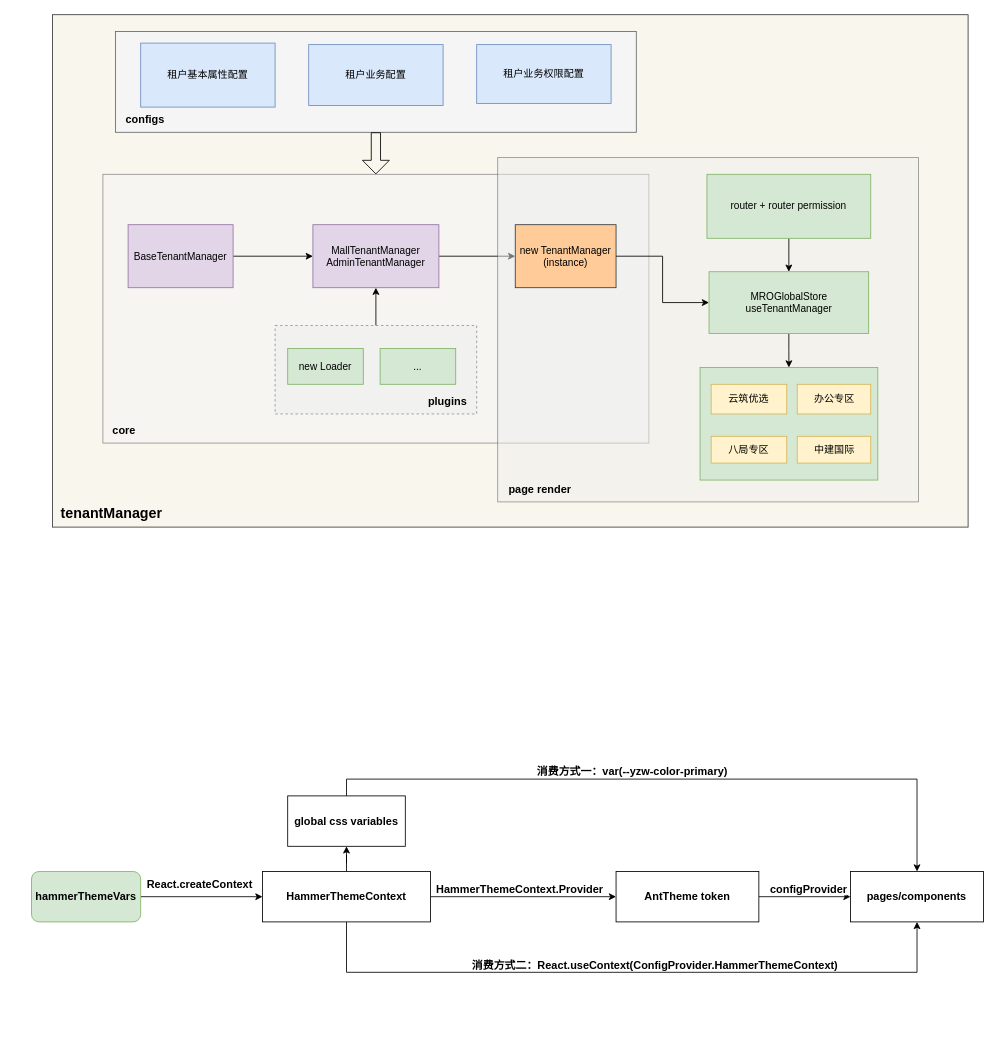
This is page "tenantManger" (1 of 3) of src/商城.drawio from jxiangji/drawio-sources, a draw.io file, before an edit. Source tidied: cells renumbered, new cells numbered last; positions are measured from the earlier drawing's top-left corner, leaving out a move shared by most shapes. Both pictures are drawn from the tidied source at 84%, with x=0, y=0 at pixel (31, 14).
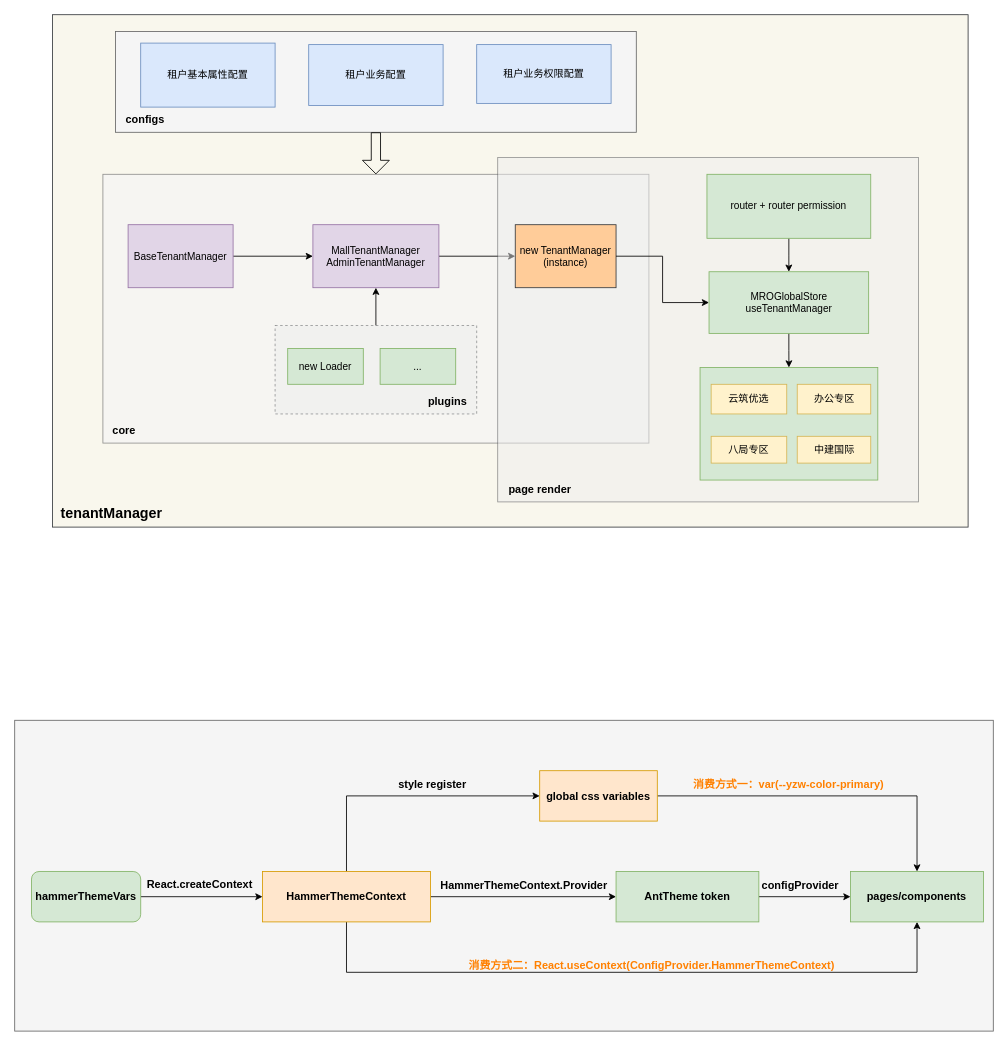
The same page after the edit.

The change refers to these unchanged cells:
```xml
<mxCell id="36" style="rounded=0;jettySize=auto;html=1;edgeStyle=orthogonalEdgeStyle;fontStyle=1;fontSize=13;" parent="1" edge="1" source="41" target="44">
  <mxGeometry relative="1" as="geometry" />
</mxCell>
<mxCell id="39" style="edgeStyle=orthogonalEdgeStyle;rounded=0;jettySize=auto;html=1;fontSize=13;startArrow=none;startFill=0;elbow=vertical;fontStyle=1;entryX=0.5;entryY=1;entryDx=0;entryDy=0;" parent="1" edge="1" source="41" target="45">
  <mxGeometry relative="1" as="geometry">
    <Array as="points">
      <mxPoint x="375" y="1140" />
      <mxPoint x="1054" y="1140" />
    </Array>
  </mxGeometry>
</mxCell>
<mxCell id="42" style="rounded=0;jettySize=auto;html=1;edgeStyle=orthogonalEdgeStyle;fontStyle=1;fontSize=13;" parent="1" edge="1" source="44" target="45">
  <mxGeometry relative="1" as="geometry" />
</mxCell>
```

The edit, as a diff of the source:
```diff
@@
+    <mxCell id="50" style="rounded=0;whiteSpace=wrap;html=1;fillColor=#f5f5f5;fontColor=#333333;strokeColor=#666666;" parent="1" vertex="1">
+      <mxGeometry x="-20" y="840" width="1165" height="370" as="geometry" />
+    </mxCell>
@@
-    <mxCell id="37" value="HammerThemeContext.Provider" style="edgeLabel;html=1;align=center;verticalAlign=middle;fontStyle=1;fontSize=13;" parent="36" vertex="1">
+    <mxCell id="37" value="HammerThemeContext.Provider" style="edgeLabel;html=1;align=center;verticalAlign=middle;fontStyle=1;fontSize=13;labelBackgroundColor=none;" parent="36" vertex="1">
       <mxGeometry x="-0.04" y="4" relative="1" as="geometry">
-        <mxPoint x="-1" y="-6" as="offset" />
+        <mxPoint x="4" y="-11" as="offset" />
       </mxGeometry>
     </mxCell>
-    <mxCell id="38" style="edgeStyle=orthogonalEdgeStyle;rounded=0;jettySize=auto;html=1;fontSize=13;startArrow=none;startFill=0;elbow=vertical;fontStyle=1;" parent="1" edge="1" source="41" target="48">
-      <mxGeometry relative="1" as="geometry" />
-    </mxCell>
@@
-    <mxCell id="40" value="消费方式二：React.useContext(ConfigProvider.HammerThemeContext)" style="edgeLabel;html=1;align=center;verticalAlign=middle;fontSize=13;fontStyle=1;" parent="39" vertex="1">
+    <mxCell id="40" value="消费方式二：React.useContext(ConfigProvider.HammerThemeContext)" style="edgeLabel;html=1;align=center;verticalAlign=middle;fontSize=13;fontStyle=1;fontColor=#FF8000;labelBackgroundColor=none;" parent="39" vertex="1">
       <mxGeometry x="-0.06" y="-2" relative="1" as="geometry">
-        <mxPoint x="50" y="-12" as="offset" />
+        <mxPoint x="46" y="-12" as="offset" />
       </mxGeometry>
     </mxCell>
+    <mxCell id="38" style="edgeStyle=orthogonalEdgeStyle;rounded=0;jettySize=auto;html=1;entryX=0;entryY=0.5;entryDx=0;entryDy=0;fontSize=13;" parent="1" edge="1" source="41" target="48">
+      <mxGeometry relative="1" as="geometry">
+        <Array as="points">
+          <mxPoint x="375" y="930" />
+        </Array>
+      </mxGeometry>
+    </mxCell>
+    <mxCell id="51" value="style register" style="edgeLabel;html=1;align=center;verticalAlign=middle;fontStyle=1;fontSize=13;labelBackgroundColor=none;" parent="38" vertex="1">
+      <mxGeometry x="-0.15" y="-1" relative="1" as="geometry">
+        <mxPoint x="55" y="-16" as="offset" />
+      </mxGeometry>
+    </mxCell>
-    <mxCell id="41" value="HammerThemeContext" style="rounded=0;whiteSpace=wrap;html=1;fontStyle=1;fontSize=13;" parent="1" vertex="1">
+    <mxCell id="41" value="HammerThemeContext" style="rounded=0;whiteSpace=wrap;html=1;fontStyle=1;fontSize=13;fillColor=#ffe6cc;strokeColor=#d79b00;" parent="1" vertex="1">
       <mxGeometry x="275" y="1020" width="200" height="60" as="geometry" />
     </mxCell>
@@
-    <mxCell id="43" value="configProvider" style="edgeLabel;html=1;align=center;verticalAlign=middle;fontStyle=1;fontSize=13;" parent="42" vertex="1">
+    <mxCell id="43" value="configProvider" style="edgeLabel;html=1;align=center;verticalAlign=middle;fontStyle=1;fontSize=13;labelBackgroundColor=none;" parent="42" vertex="1">
       <mxGeometry x="-0.33" y="1" relative="1" as="geometry">
-        <mxPoint x="22" y="-9" as="offset" />
+        <mxPoint x="12" y="-14" as="offset" />
       </mxGeometry>
     </mxCell>
-    <mxCell id="44" value="AntTheme token" style="rounded=0;whiteSpace=wrap;html=1;fontStyle=1;fontSize=13;" parent="1" vertex="1">
+    <mxCell id="44" value="AntTheme token" style="rounded=0;whiteSpace=wrap;html=1;fontStyle=1;fontSize=13;fillColor=#d5e8d4;strokeColor=#82b366;" parent="1" vertex="1">
       <mxGeometry x="695.9" y="1020" width="170" height="60" as="geometry" />
     </mxCell>
-    <mxCell id="45" value="pages/components" style="rounded=0;whiteSpace=wrap;html=1;fontStyle=1;fontSize=13;" parent="1" vertex="1">
+    <mxCell id="45" value="pages/components" style="rounded=0;whiteSpace=wrap;html=1;fontStyle=1;fontSize=13;fillColor=#d5e8d4;strokeColor=#82b366;" parent="1" vertex="1">
       <mxGeometry x="975" y="1020" width="158.4" height="60" as="geometry" />
     </mxCell>
-    <mxCell id="46" style="edgeStyle=orthogonalEdgeStyle;rounded=0;jettySize=auto;html=1;entryX=0.5;entryY=0;entryDx=0;entryDy=0;fontSize=13;startArrow=none;startFill=0;elbow=vertical;fontStyle=1;" parent="1" edge="1" source="48" target="45">
-      <mxGeometry relative="1" as="geometry">
-        <Array as="points">
-          <mxPoint x="375" y="910" />
-          <mxPoint x="1054" y="910" />
-        </Array>
-      </mxGeometry>
+    <mxCell id="46" style="edgeStyle=orthogonalEdgeStyle;rounded=0;jettySize=auto;html=1;fontSize=13;" parent="1" edge="1" source="48" target="45">
+      <mxGeometry relative="1" as="geometry" />
     </mxCell>
-    <mxCell id="47" value="消费方式一：var(--yzw-color-primary)" style="edgeLabel;html=1;align=center;verticalAlign=middle;fontSize=13;fontStyle=1;" parent="46" vertex="1">
-      <mxGeometry x="-0.49" y="3" relative="1" as="geometry">
-        <mxPoint x="153" y="-7" as="offset" />
+    <mxCell id="47" value="消费方式一：var(--yzw-color-primary)" style="edgeLabel;html=1;align=center;verticalAlign=middle;fontStyle=1;fontColor=#FF8000;fontSize=13;labelBackgroundColor=none;" parent="46" vertex="1">
+      <mxGeometry x="-0.35" y="-1" relative="1" as="geometry">
+        <mxPoint x="25" y="-16" as="offset" />
       </mxGeometry>
     </mxCell>
-    <mxCell id="48" value="global css variables" style="rounded=0;whiteSpace=wrap;html=1;fontStyle=1;fontSize=13;" parent="1" vertex="1">
-      <mxGeometry x="305" y="930" width="140" height="60" as="geometry" />
+    <mxCell id="48" value="global css variables" style="rounded=0;whiteSpace=wrap;html=1;fontStyle=1;fontSize=13;fillColor=#ffe6cc;strokeColor=#d79b00;" parent="1" vertex="1">
+      <mxGeometry x="605" y="900" width="140" height="60" as="geometry" />
     </mxCell>
```
